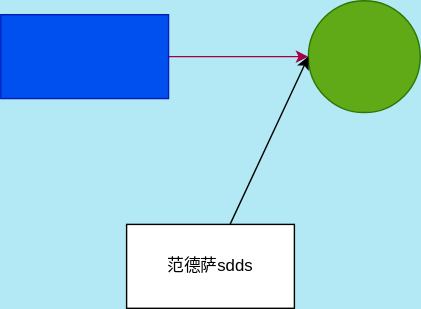
Above: posts/plan/测试图片地址看一下-copy/test.drawio.svg in qikun1990/qikun1990.github.io (draw.io), before the change. Source tidied: cells renumbered, new cells last; positions are measured from the earlier drawing's top-left corner, leaving out a move shared by most shapes. Its diagram source:
```xml
<mxGraphModel background="#b3e9f4">
  <root>
    <mxCell id="0" />
    <mxCell id="1" parent="0" />
    <mxCell id="2" style="edgeStyle=none;html=1;fillColor=#d80073;strokeColor=#A50040;" parent="1" edge="1" source="3" target="4">
      <mxGeometry relative="1" as="geometry" />
    </mxCell>
    <mxCell id="3" style="whiteSpace=wrap;html=1;fillColor=#0050ef;fontColor=#ffffff;strokeColor=#001DBC;" parent="1" vertex="1">
      <mxGeometry y="10" width="120" height="60" as="geometry" />
    </mxCell>
    <mxCell id="4" style="ellipse;whiteSpace=wrap;html=1;fillColor=#60a917;fontColor=#ffffff;strokeColor=#2D7600;" parent="1" vertex="1">
      <mxGeometry x="220" width="80" height="80" as="geometry" />
    </mxCell>
    <mxCell id="5" style="edgeStyle=none;html=1;entryX=0;entryY=0.5;entryDx=0;entryDy=0;" parent="1" edge="1" source="6" target="4">
      <mxGeometry relative="1" as="geometry" />
    </mxCell>
    <mxCell id="6" value="范德萨sdds" style="whiteSpace=wrap;html=1;" parent="1" vertex="1">
      <mxGeometry x="90" y="160" width="120" height="60" as="geometry" />
    </mxCell>
  </root>
</mxGraphModel>
```
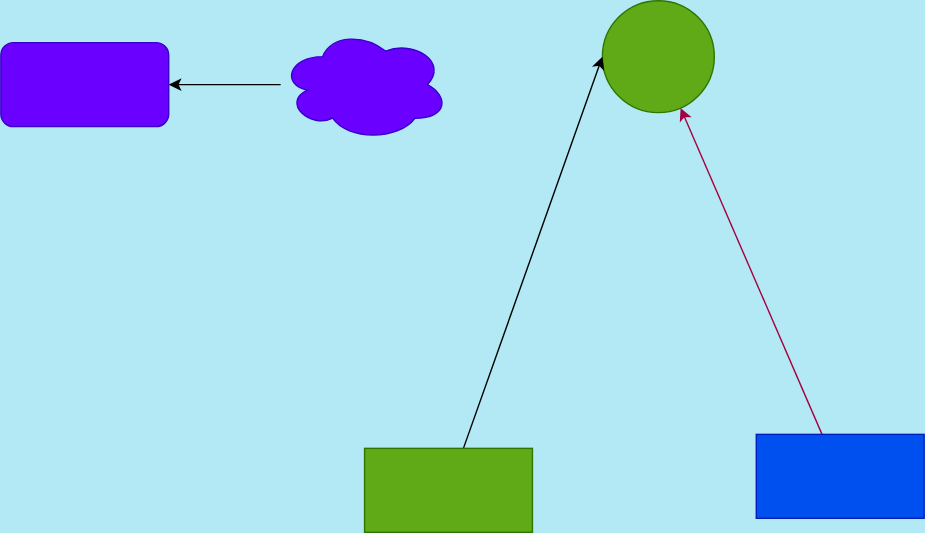
Later version of the same file.

Commit message:
Update test.drawio.svg qikun1990/notebook@7af04553b732acf5f6158d6d1dd458c7a39cd6d1

What changed in the source:
```diff
@@ -6,16 +6,25 @@
       <mxGeometry relative="1" as="geometry" />
     </mxCell>
     <mxCell id="3" style="whiteSpace=wrap;html=1;fillColor=#0050ef;fontColor=#ffffff;strokeColor=#001DBC;" parent="1" vertex="1">
-      <mxGeometry y="10" width="120" height="60" as="geometry" />
+      <mxGeometry x="280" y="250" width="120" height="60" as="geometry" />
     </mxCell>
     <mxCell id="4" style="ellipse;whiteSpace=wrap;html=1;fillColor=#60a917;fontColor=#ffffff;strokeColor=#2D7600;" parent="1" vertex="1">
-      <mxGeometry x="220" width="80" height="80" as="geometry" />
+      <mxGeometry x="170" y="-60" width="80" height="80" as="geometry" />
     </mxCell>
     <mxCell id="5" style="edgeStyle=none;html=1;entryX=0;entryY=0.5;entryDx=0;entryDy=0;" parent="1" edge="1" source="6" target="4">
       <mxGeometry relative="1" as="geometry" />
     </mxCell>
-    <mxCell id="6" value="范德萨sdds" style="whiteSpace=wrap;html=1;" parent="1" vertex="1">
-      <mxGeometry x="90" y="160" width="120" height="60" as="geometry" />
+    <mxCell id="6" style="whiteSpace=wrap;html=1;fillColor=#60a917;fontColor=#ffffff;strokeColor=#2D7600;" parent="1" vertex="1">
+      <mxGeometry y="260" width="120" height="60" as="geometry" />
     </mxCell>
+    <mxCell id="7" style="edgeStyle=none;html=1;" parent="1" edge="1" source="8" target="9">
+      <mxGeometry relative="1" as="geometry" />
+    </mxCell>
+    <mxCell id="8" style="ellipse;shape=cloud;whiteSpace=wrap;html=1;labelBackgroundColor=#d1db48;fillColor=#6a00ff;fontColor=#ffffff;strokeColor=#3700CC;" parent="1" vertex="1">
+      <mxGeometry x="-60" y="-40" width="120" height="80" as="geometry" />
+    </mxCell>
+    <mxCell id="9" style="rounded=1;whiteSpace=wrap;html=1;fillColor=#6a00ff;strokeColor=#3700CC;fontColor=#ffffff;labelBackgroundColor=#d1db48;" parent="1" vertex="1">
+      <mxGeometry x="-260" y="-30" width="120" height="60" as="geometry" />
+    </mxCell>
   </root>
 </mxGraphModel>
```
